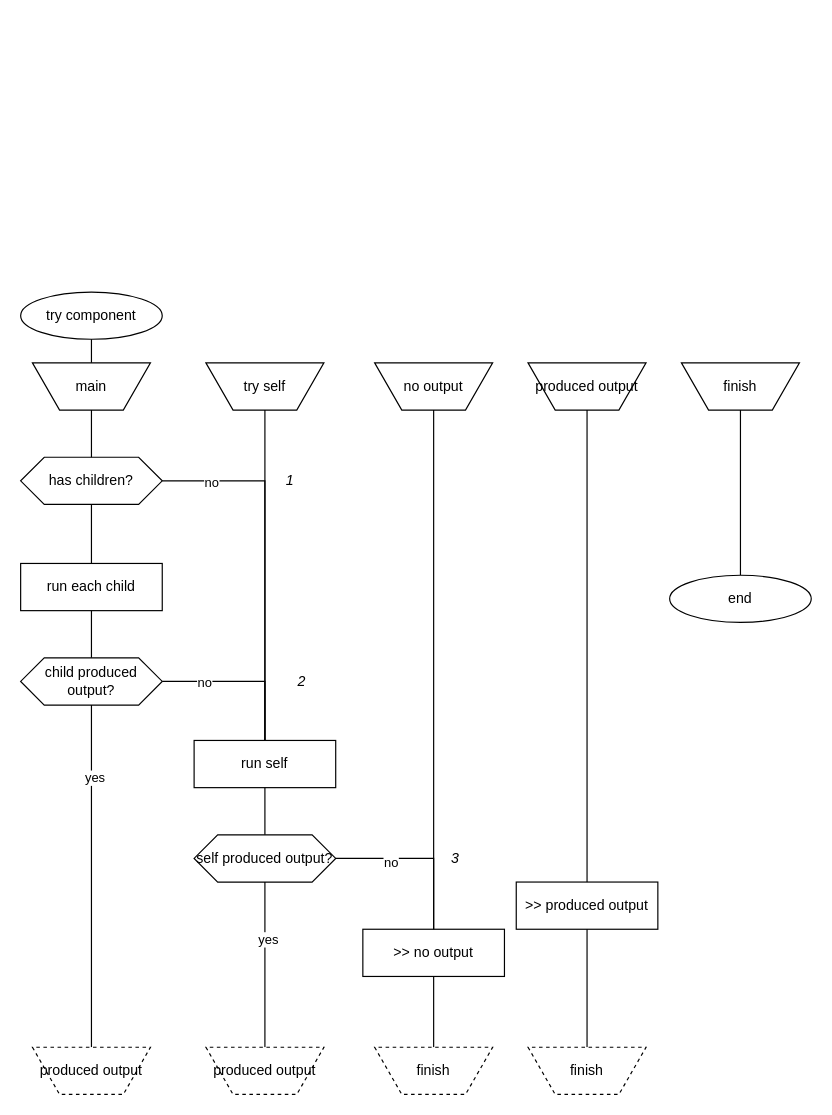
Above: tryMeWithoutRouting.drawio in guitarvydas/duct (draw.io), before the change. Source tidied: cells renumbered, new cells numbered last; positions are measured from the earlier drawing's top-left corner, leaving out a move shared by most shapes. Both pictures are drawn from the tidied source at 118%, with x=0, y=0 at pixel (20, 291).
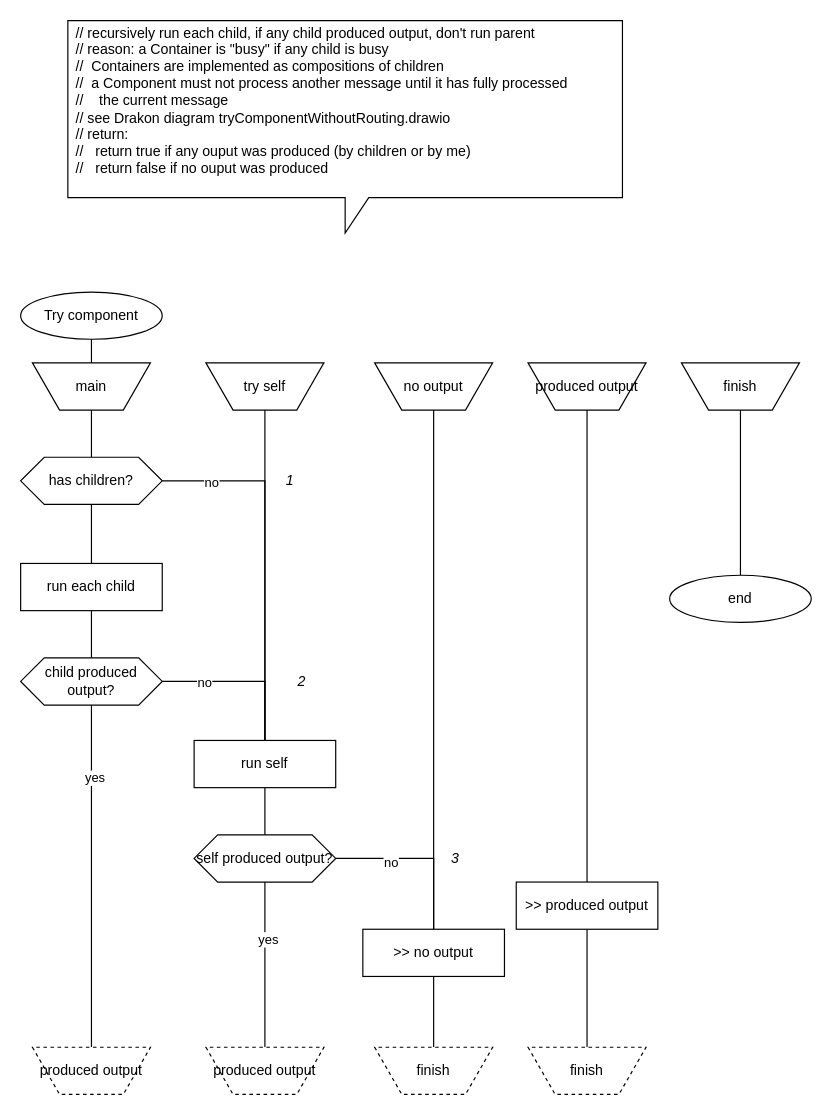
The same diagram, later.

What changed in the source:
```diff
@@
-    <mxCell id="4" value="try component" style="ellipse;whiteSpace=wrap;html=1;" parent="1" vertex="1">
+    <mxCell id="4" value="Try component" style="ellipse;whiteSpace=wrap;html=1;" parent="1" vertex="1">
       <mxGeometry width="120" height="40" as="geometry" />
     </mxCell>
@@
+    <mxCell id="37" value="&lt;div&gt;&lt;span&gt;&#9;&lt;/span&gt;// recursively run each child, if any child produced output, don't run parent&lt;/div&gt;&lt;div&gt;&lt;span&gt;&#9;&lt;/span&gt;// reason: a Container is &quot;busy&quot; if any child is busy&lt;/div&gt;&lt;div&gt;&lt;span&gt;&#9;&lt;/span&gt;//&amp;nbsp; Containers are implemented as compositions of children&lt;/div&gt;&lt;div&gt;&lt;span&gt;&#9;&lt;/span&gt;//&amp;nbsp; a Component must not process another message until it has fully processed&lt;/div&gt;&lt;div&gt;&lt;span&gt;&#9;&lt;/span&gt;//&amp;nbsp; &amp;nbsp; the current message&lt;/div&gt;&lt;div&gt;&lt;span&gt;&#9;&lt;/span&gt;// see Drakon diagram tryComponentWithoutRouting.drawio&lt;/div&gt;&lt;div&gt;&lt;span&gt;&#9;&lt;/span&gt;// return:&lt;/div&gt;&lt;div&gt;&lt;span&gt;&#9;&lt;/span&gt;//&amp;nbsp; &amp;nbsp;return true if any ouput was produced (by children or by me)&lt;/div&gt;&lt;div&gt;&lt;span&gt;&#9;&lt;/span&gt;//&amp;nbsp; &amp;nbsp;return false if no ouput was produced&lt;/div&gt;&lt;div&gt;&lt;br&gt;&lt;/div&gt;" style="shape=callout;whiteSpace=wrap;html=1;perimeter=calloutPerimeter;align=left;spacingLeft=5;" parent="1" vertex="1">
+      <mxGeometry x="40" y="-230" width="470" height="180" as="geometry" />
+    </mxCell>
```
